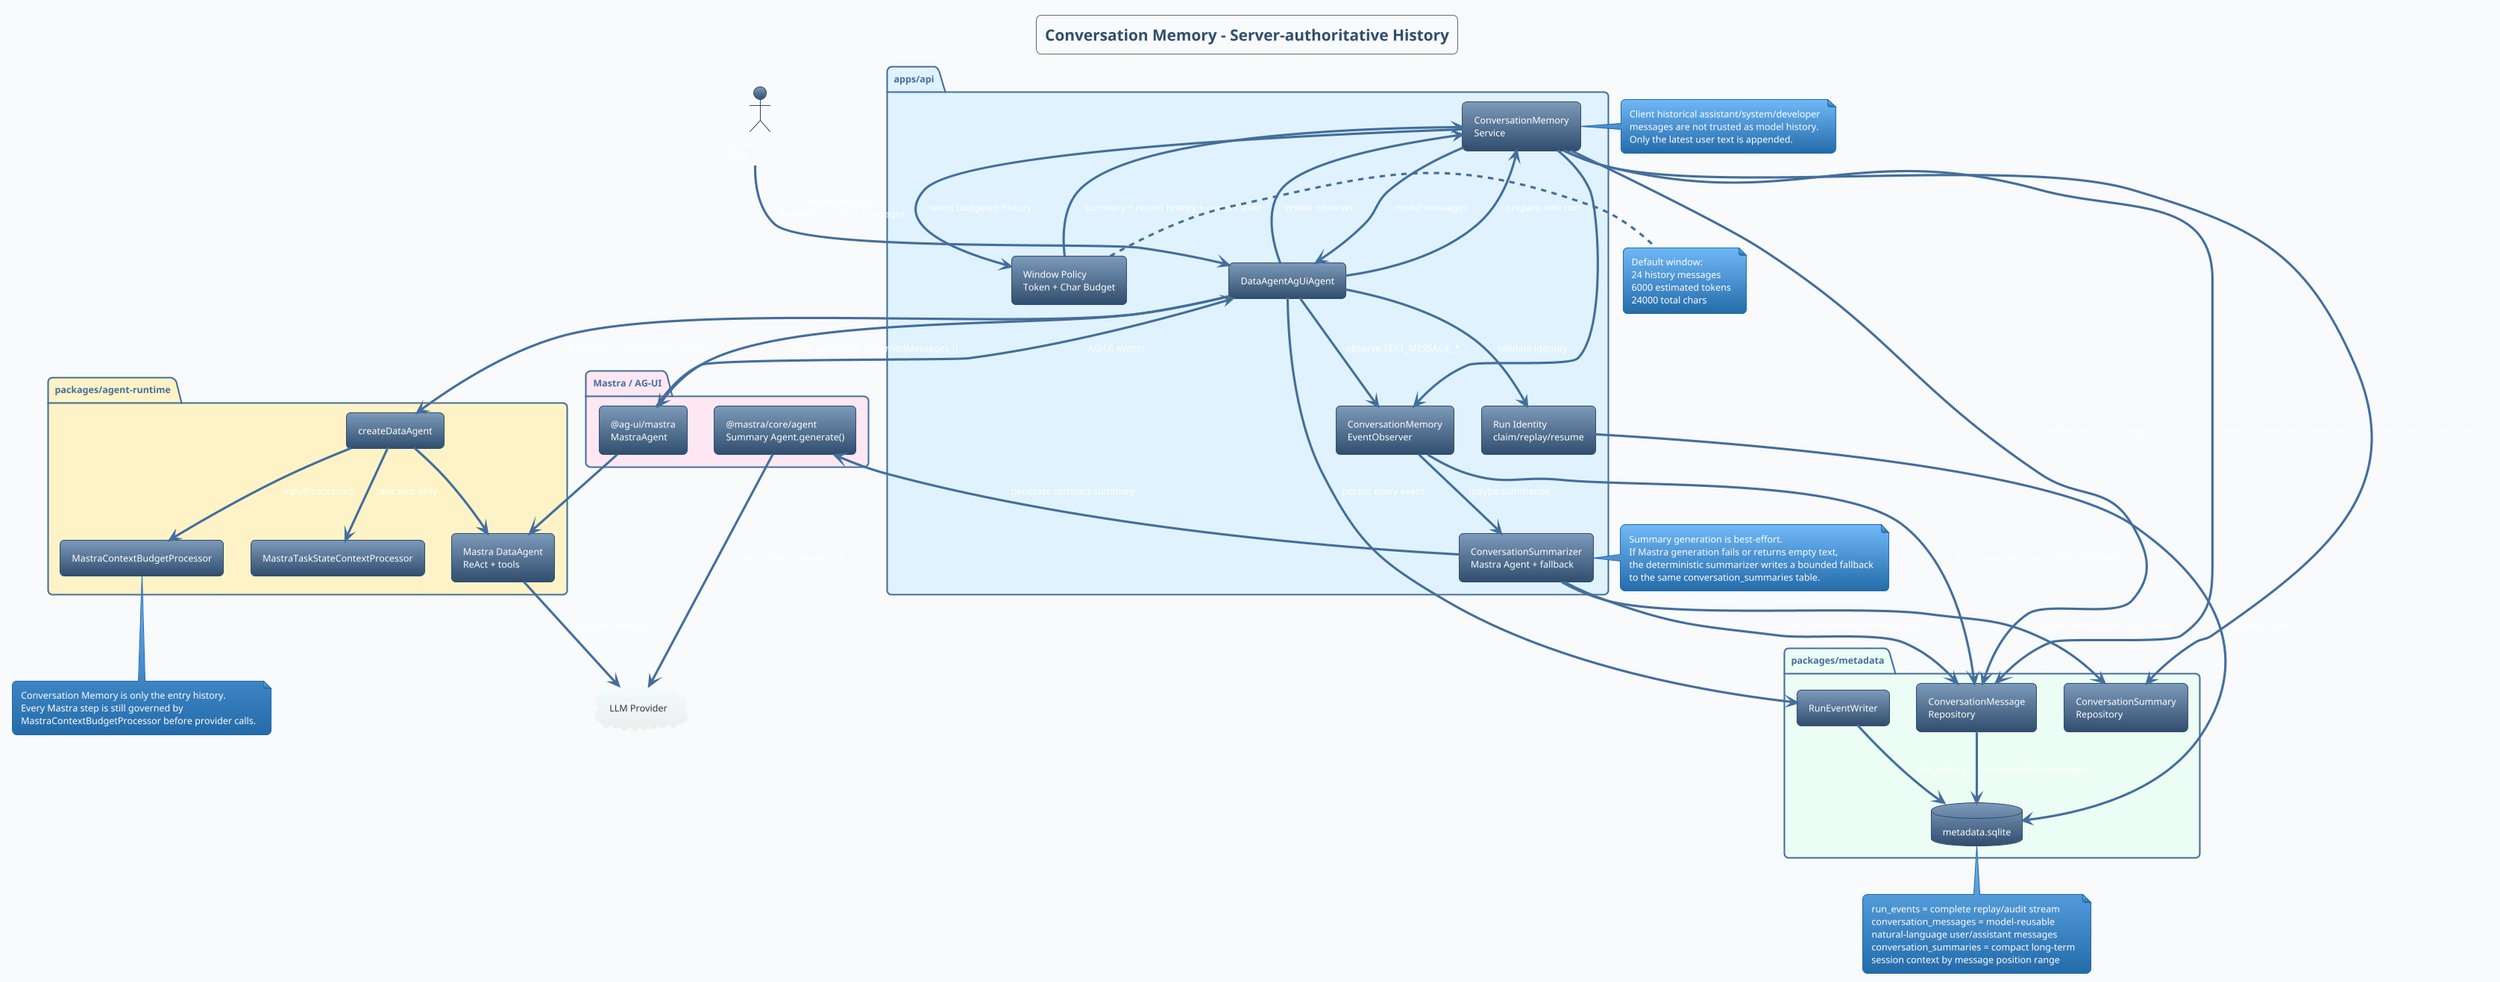
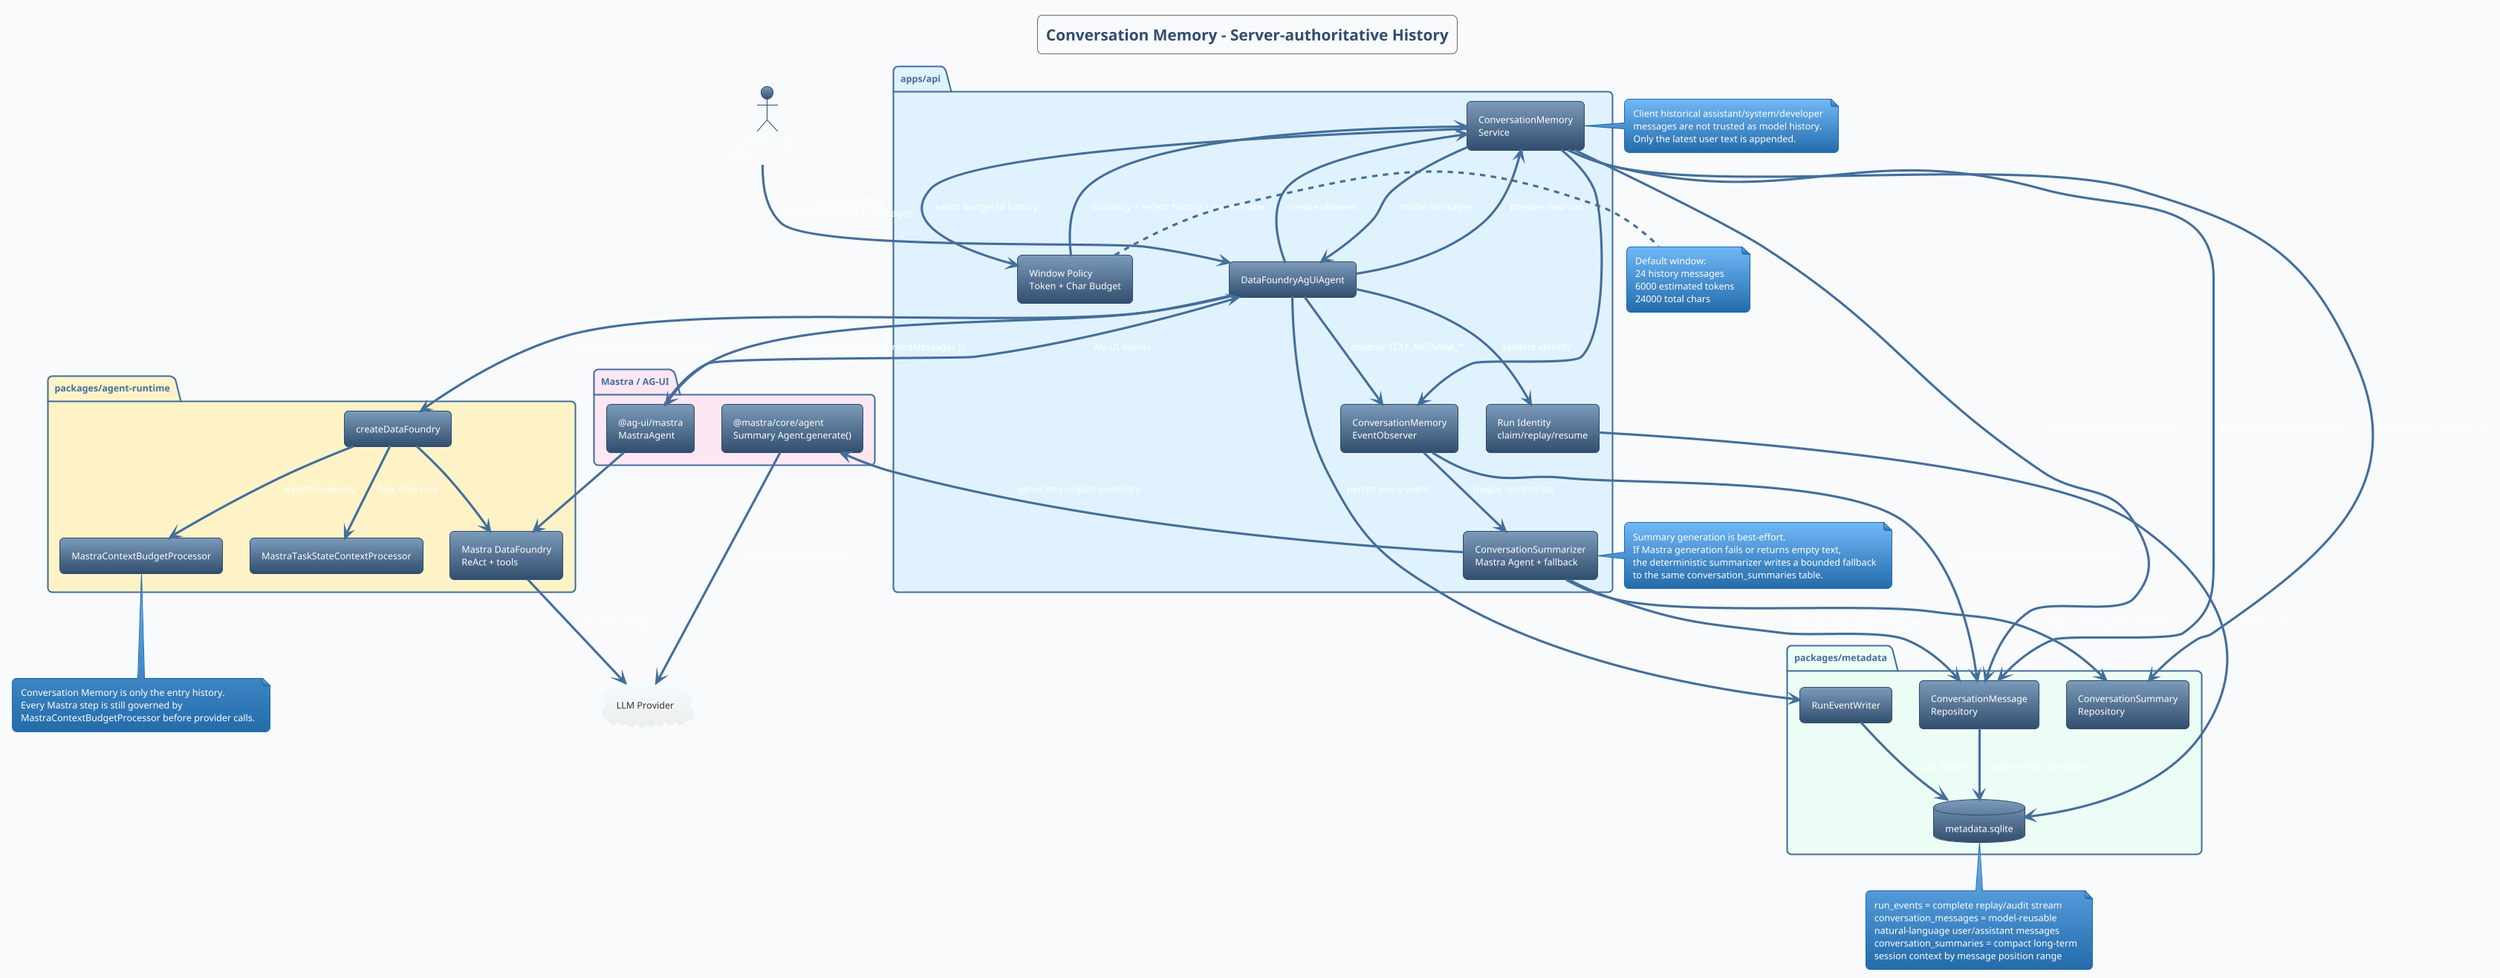
@startuml
!theme spacelab
title Conversation Memory - Server-authoritative History

skinparam backgroundColor #F8FAFC
skinparam handwritten false
skinparam shadowing false
skinparam roundcorner 12
skinparam componentStyle rectangle

actor "CopilotKit / AG-UI\nClient" as Client

package "apps/api" #E0F2FE {
-   component "DataAgentAgUiAgent" as Api
+   component "DataFoundryAgUiAgent" as Api
  component "ConversationMemory\nService" as MemoryService
  component "Window Policy\nToken + Char Budget" as WindowPolicy
  component "ConversationMemory\nEventObserver" as Observer
  component "ConversationSummarizer\nMastra Agent + fallback" as SummaryGen
  component "Run Identity\nclaim/replay/resume" as Identity
}

package "packages/metadata" #ECFDF5 {
  database "metadata.sqlite" as Metadata
  component "ConversationMessage\nRepository" as ConvRepo
  component "ConversationSummary\nRepository" as SummaryRepo
  component "RunEventWriter" as RunEvents
}

package "packages/agent-runtime" #FEF3C7 {
-   component "createDataAgent" as Factory
+   component "createDataFoundry" as Factory
  component "MastraContextBudgetProcessor" as Budget
  component "MastraTaskStateContextProcessor" as TaskState
-   component "Mastra DataAgent\nReAct + tools" as Agent
+   component "Mastra DataFoundry\nReAct + tools" as Agent
}

package "Mastra / AG-UI" #FCE7F3 {
  component "@ag-ui/mastra\nMastraAgent" as AgMastra
  component "@mastra/core/agent\nSummary Agent.generate()" as SummaryAgent
}

cloud "LLM Provider" as Model

Client --> Api : RunAgentInput\nthreadId + runId + messages
Api --> Identity : validate identity
Identity --> Metadata : sessions / runs

Api --> MemoryService : prepare new run
MemoryService --> ConvRepo : persist current user message
ConvRepo --> Metadata : conversation_messages

MemoryService --> ConvRepo : listRecent(user_id, session_id)
MemoryService --> SummaryRepo : latest(user_id, session_id)
MemoryService --> WindowPolicy : select budgeted history
WindowPolicy --> MemoryService : summary + recent history + current user
MemoryService --> Api : model messages

Api --> Factory : messages = authoritative history
Factory --> Budget : inputProcessors
Factory --> TaskState : task slice only
Factory --> Agent
Api --> AgMastra : run({ messages: governedMessages })
AgMastra --> Agent
Agent --> Model : provider prompt

AgMastra --> Api : AG-UI events
Api --> RunEvents : persist every event
RunEvents --> Metadata : run_events
Api --> MemoryService : create observer
MemoryService --> Observer
Api --> Observer : observe TEXT_MESSAGE_*
Observer --> ConvRepo : flush assistant text on RUN_FINISHED
Observer --> SummaryGen : maybe summarize
SummaryGen --> ConvRepo : load unsummarized messages
SummaryGen --> SummaryAgent : generate compact summary
SummaryAgent --> Model : native Mastra model call
SummaryGen --> SummaryRepo : create conversation summary

note right of MemoryService
Client historical assistant/system/developer
messages are not trusted as model history.
Only the latest user text is appended.
end note

note right of WindowPolicy
Default window:
24 history messages
6000 estimated tokens
24000 total chars
end note

note bottom of Metadata
run_events = complete replay/audit stream
conversation_messages = model-reusable
natural-language user/assistant messages
conversation_summaries = compact long-term
session context by message position range
end note

note right of SummaryGen
Summary generation is best-effort.
If Mastra generation fails or returns empty text,
the deterministic summarizer writes a bounded fallback
to the same conversation_summaries table.
end note

note bottom of Budget
Conversation Memory is only the entry history.
Every Mastra step is still governed by
MastraContextBudgetProcessor before provider calls.
end note
@enduml
